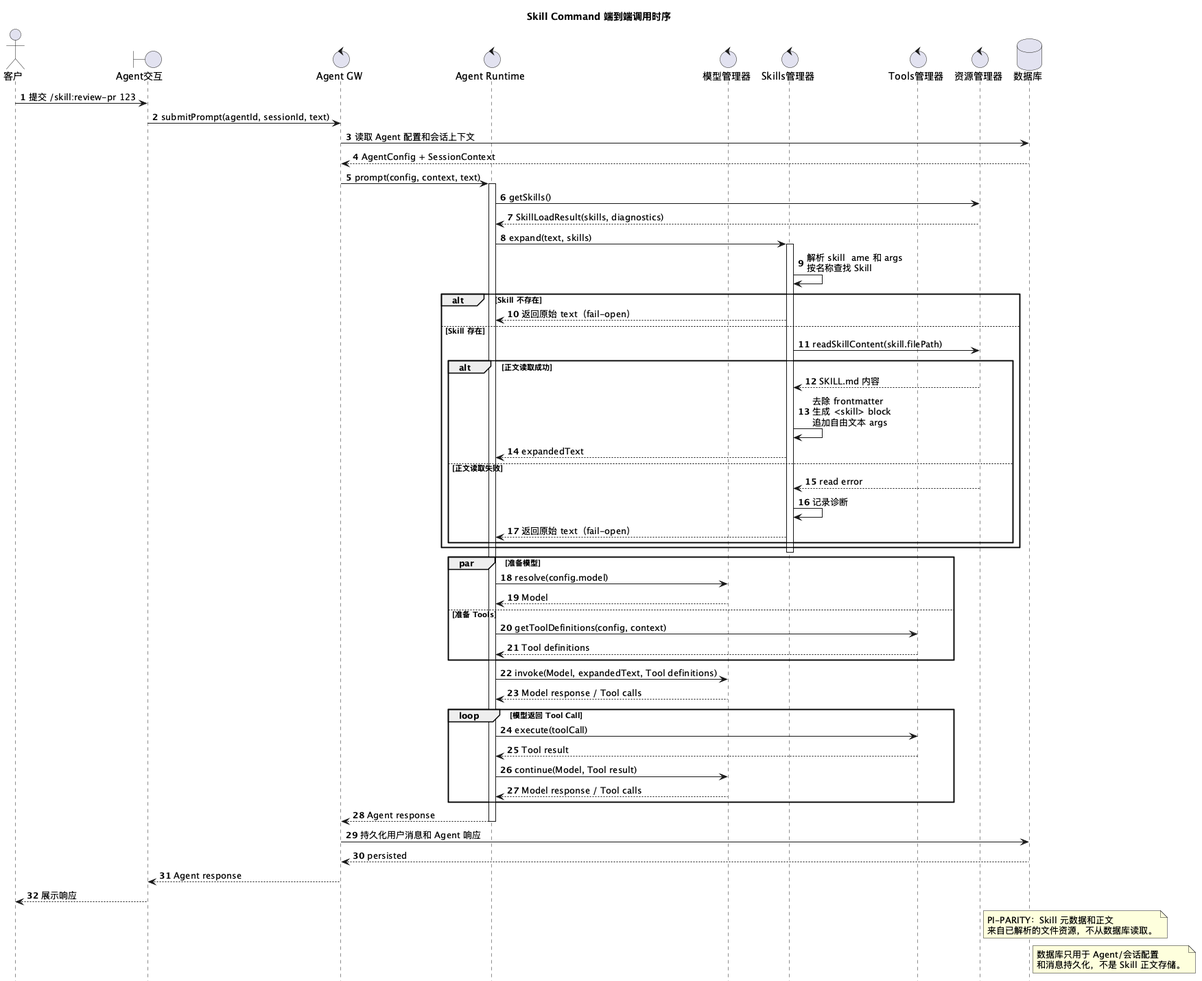
This is assets/skill-command-invocation.png from superheromeZzh/pi-mono-java-design, a PlantUML export, as it was before one commit. The source it was exported from:
```plantuml
@startuml
title Skill Command 端到端调用时序
skinparam backgroundColor #FFFFFF
hide footbox
autonumber

actor "客户" as Client
boundary "Agent交互 UI" as UI
control "Agent GW" as Gateway
control "Agent Runtime" as Runtime
control "模型管理器" as ModelManager
control "Skills管理器" as SkillsManager
control "Tools管理器" as ToolsManager
control "资源管理器" as ResourceManager
database "数据库" as Database

Client -> UI: 提交 /skill:review-pr 123
UI -> Gateway: submitPrompt(agentId, sessionId, text)
Gateway -> Database: 读取 Agent 配置和会话上下文
Database --> Gateway: AgentConfig + SessionContext
Gateway -> Runtime: prompt(config, context, text)
activate Runtime

Runtime -> ResourceManager: getSkills()
ResourceManager --> Runtime: SkillLoadResult(skills, diagnostics)
Runtime -> SkillsManager: expand(text, skills)
activate SkillsManager
SkillsManager -> SkillsManager: 解析 skillName 和 args\n按名称查找 Skill

alt Skill 不存在
    SkillsManager --> Runtime: 返回原始 text（fail-open）
else Skill 存在
    SkillsManager -> ResourceManager: readSkillContent(skill.filePath)
    alt 正文读取成功
        ResourceManager --> SkillsManager: SKILL.md 内容
        SkillsManager -> SkillsManager: 去除 frontmatter\n生成 <skill> block\n追加自由文本 args
        SkillsManager --> Runtime: expandedText
    else 正文读取失败
        ResourceManager --> SkillsManager: read error
        SkillsManager -> SkillsManager: 记录诊断
        SkillsManager --> Runtime: 返回原始 text（fail-open）
    end
end
deactivate SkillsManager

par 准备模型
    Runtime -> ModelManager: resolve(config.model)
    ModelManager --> Runtime: Model
else 准备 Tools
    Runtime -> ToolsManager: getToolDefinitions(config, context)
    ToolsManager --> Runtime: Tool definitions
end

Runtime -> ModelManager: invoke(Model, expandedText, Tool definitions)
ModelManager --> Runtime: Model response / Tool calls

loop 模型返回 Tool Call
    Runtime -> ToolsManager: execute(toolCall)
    ToolsManager --> Runtime: Tool result
    Runtime -> ModelManager: continue(Model, Tool result)
    ModelManager --> Runtime: Model response / Tool calls
end

Runtime --> Gateway: Agent response
deactivate Runtime
Gateway -> Database: 持久化用户消息和 Agent 响应
Database --> Gateway: persisted
Gateway --> UI: Agent response
UI --> Client: 展示响应

note right of ResourceManager
PI-PARITY：Skill 元数据和正文
来自已解析的文件资源，不从数据库读取。
end note

note right of Database
数据库只用于 Agent/会话配置
和消息持久化，不是 Skill 正文存储。
end note
@enduml
```
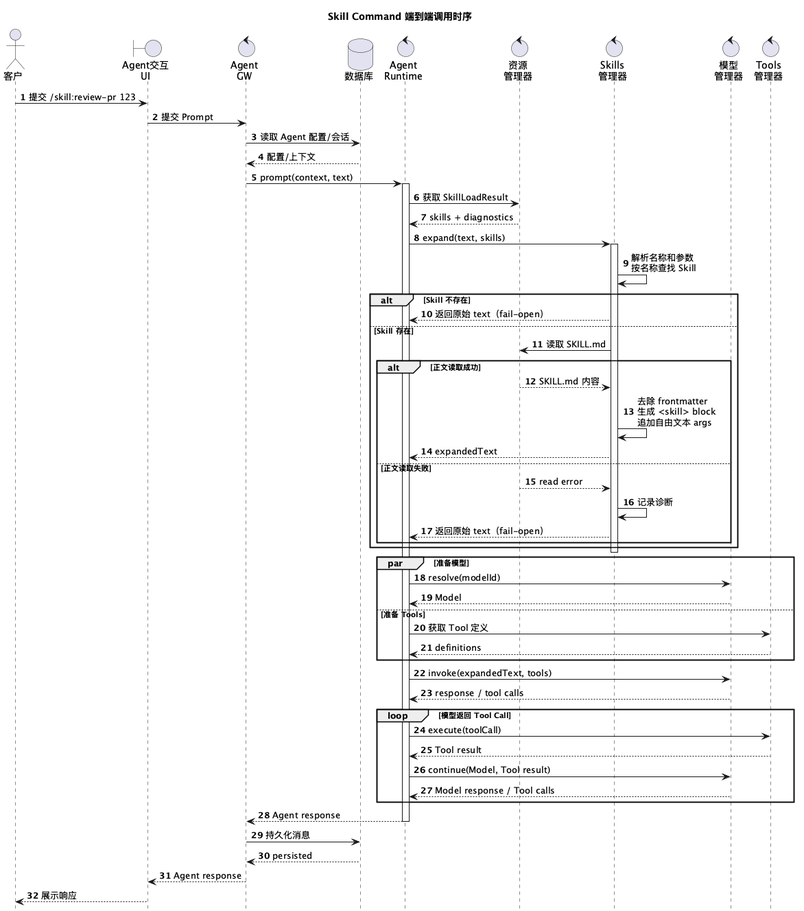
The same diagram one commit later.

Commit message:
docs: fix Skill sequence rendering

What changed in the source:
```diff
@@ -1,36 +1,37 @@
 @startuml
 title Skill Command 端到端调用时序
 skinparam backgroundColor #FFFFFF
+skinparam BoxPadding 4
 hide footbox
 autonumber
 
 actor "客户" as Client
-boundary "Agent交互 UI" as UI
-control "Agent GW" as Gateway
-control "Agent Runtime" as Runtime
-control "模型管理器" as ModelManager
-control "Skills管理器" as SkillsManager
-control "Tools管理器" as ToolsManager
-control "资源管理器" as ResourceManager
+boundary "Agent交互\nUI" as UI
+control "Agent\nGW" as Gateway
 database "数据库" as Database
+control "Agent\nRuntime" as Runtime
+control "资源\n管理器" as ResourceManager
+control "Skills\n管理器" as SkillsManager
+control "模型\n管理器" as ModelManager
+control "Tools\n管理器" as ToolsManager
 
 Client -> UI: 提交 /skill:review-pr 123
-UI -> Gateway: submitPrompt(agentId, sessionId, text)
-Gateway -> Database: 读取 Agent 配置和会话上下文
-Database --> Gateway: AgentConfig + SessionContext
-Gateway -> Runtime: prompt(config, context, text)
+UI -> Gateway: 提交 Prompt
+Gateway -> Database: 读取 Agent 配置/会话
+Database --> Gateway: 配置/上下文
+Gateway -> Runtime: prompt(context, text)
 activate Runtime
 
-Runtime -> ResourceManager: getSkills()
-ResourceManager --> Runtime: SkillLoadResult(skills, diagnostics)
+Runtime -> ResourceManager: 获取 SkillLoadResult
+ResourceManager --> Runtime: skills + diagnostics
 Runtime -> SkillsManager: expand(text, skills)
 activate SkillsManager
-SkillsManager -> SkillsManager: 解析 skillName 和 args\n按名称查找 Skill
+SkillsManager -> SkillsManager: 解析名称和参数\n按名称查找 Skill
 
 alt Skill 不存在
     SkillsManager --> Runtime: 返回原始 text（fail-open）
 else Skill 存在
-    SkillsManager -> ResourceManager: readSkillContent(skill.filePath)
+    SkillsManager -> ResourceManager: 读取 SKILL.md
     alt 正文读取成功
         ResourceManager --> SkillsManager: SKILL.md 内容
         SkillsManager -> SkillsManager: 去除 frontmatter\n生成 <skill> block\n追加自由文本 args
@@ -44,15 +45,15 @@
 deactivate SkillsManager
 
 par 准备模型
-    Runtime -> ModelManager: resolve(config.model)
+    Runtime -> ModelManager: resolve(modelId)
     ModelManager --> Runtime: Model
 else 准备 Tools
-    Runtime -> ToolsManager: getToolDefinitions(config, context)
-    ToolsManager --> Runtime: Tool definitions
+    Runtime -> ToolsManager: 获取 Tool 定义
+    ToolsManager --> Runtime: definitions
 end
 
-Runtime -> ModelManager: invoke(Model, expandedText, Tool definitions)
-ModelManager --> Runtime: Model response / Tool calls
+Runtime -> ModelManager: invoke(expandedText, tools)
+ModelManager --> Runtime: response / tool calls
 
 loop 模型返回 Tool Call
     Runtime -> ToolsManager: execute(toolCall)
@@ -63,18 +64,8 @@
 
 Runtime --> Gateway: Agent response
 deactivate Runtime
-Gateway -> Database: 持久化用户消息和 Agent 响应
+Gateway -> Database: 持久化消息
 Database --> Gateway: persisted
 Gateway --> UI: Agent response
 UI --> Client: 展示响应
-
-note right of ResourceManager
-PI-PARITY：Skill 元数据和正文
-来自已解析的文件资源，不从数据库读取。
-end note
-
-note right of Database
-数据库只用于 Agent/会话配置
-和消息持久化，不是 Skill 正文存储。
-end note
 @enduml
```
